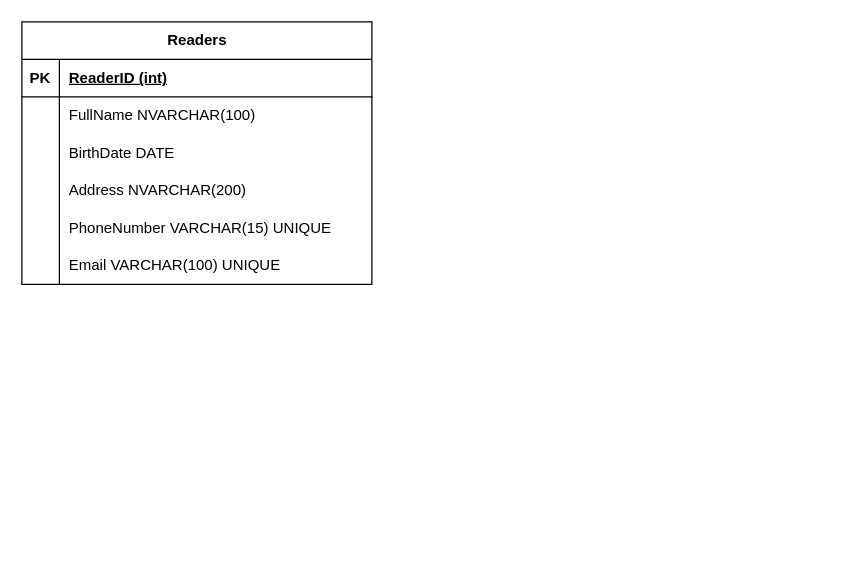
The draw.io diagram Week_01/Database_design.drawio in NgocPhungggg/CUT, before the edit. Source tidied: cells renumbered, new cells numbered last; positions are measured from the earlier drawing's top-left corner, leaving out a move shared by most shapes. Both pictures are drawn from the tidied source at 125%, with x=0, y=0 at pixel (21, 21).
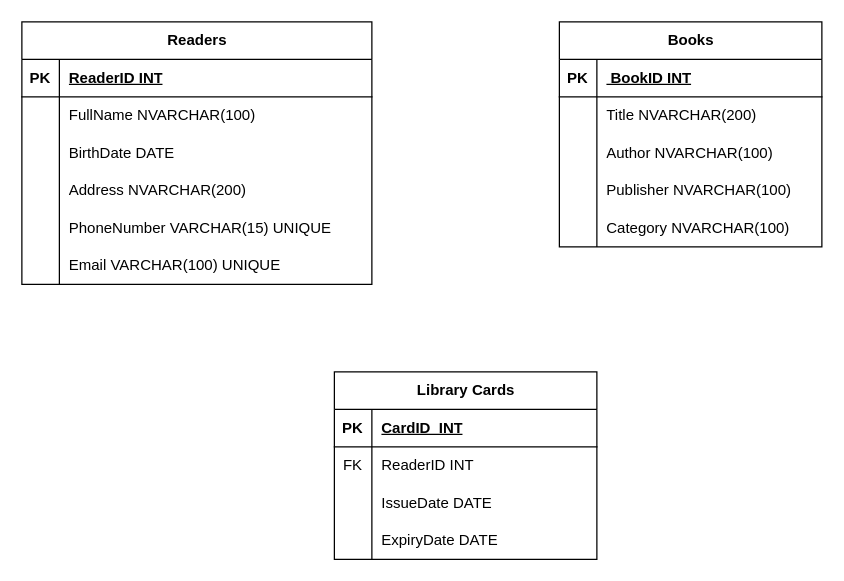
The same page after the edit.

Commit message (it also covers changes not shown here):
Cập nhật Database_design.drawio

The change refers to these unchanged cells:
```xml
<mxCell id="3" style="shape=tableRow;horizontal=0;startSize=0;swimlaneHead=0;swimlaneBody=0;fillColor=none;top=0;left=0;right=0;bottom=1;" parent="2" vertex="1">
  <mxGeometry y="30" width="280" height="30" as="geometry" />
</mxCell>
```

The edit, as a diff of the source:
```diff
@@
-    <mxCell id="5" value="ReaderID (int)" style="shape=partialRectangle;fillColor=none;top=0;left=0;bottom=0;right=0;align=left;spacingLeft=6;fontStyle=5;overflow=hidden;whiteSpace=wrap;html=1;" parent="3" vertex="1">
+    <mxCell id="5" value="ReaderID INT" style="shape=partialRectangle;fillColor=none;top=0;left=0;bottom=0;right=0;align=left;spacingLeft=6;fontStyle=5;overflow=hidden;whiteSpace=wrap;html=1;" parent="3" vertex="1">
       <mxGeometry x="30" width="250" height="30" as="geometry" />
     </mxCell>
@@
+    <mxCell id="21" value="Books" style="shape=table;startSize=30;childLayout=tableLayout;rowLines=0;fontStyle=1;align=center;html=1;" parent="1" vertex="1">
+      <mxGeometry x="430" width="210" height="180" as="geometry" />
+    </mxCell>
+    <mxCell id="22" style="shape=tableRow;horizontal=0;startSize=0;swimlaneHead=0;swimlaneBody=0;fillColor=none;top=0;left=0;right=0;bottom=1;" parent="21" vertex="1">
+      <mxGeometry y="30" width="210" height="30" as="geometry" />
+    </mxCell>
+    <mxCell id="23" value="PK" style="shape=partialRectangle;fillColor=none;top=0;left=0;bottom=0;right=0;fontStyle=1;overflow=hidden;whiteSpace=wrap;html=1;" parent="22" vertex="1">
+      <mxGeometry width="30" height="30" as="geometry" />
+    </mxCell>
+    <mxCell id="24" value="&amp;nbsp;BookID INT" style="shape=partialRectangle;fillColor=none;top=0;left=0;bottom=0;right=0;align=left;spacingLeft=6;fontStyle=5;overflow=hidden;whiteSpace=wrap;html=1;" parent="22" vertex="1">
+      <mxGeometry x="30" width="180" height="30" as="geometry" />
+    </mxCell>
+    <mxCell id="25" style="shape=tableRow;horizontal=0;startSize=0;swimlaneHead=0;swimlaneBody=0;fillColor=none;top=0;left=0;right=0;bottom=0;" parent="21" vertex="1">
+      <mxGeometry y="60" width="210" height="30" as="geometry" />
+    </mxCell>
+    <mxCell id="26" style="shape=partialRectangle;fillColor=none;top=0;left=0;bottom=0;right=0;overflow=hidden;whiteSpace=wrap;html=1;" parent="25" vertex="1">
+      <mxGeometry width="30" height="30" as="geometry" />
+    </mxCell>
+    <mxCell id="27" value="Title NVARCHAR(200)" style="shape=partialRectangle;fillColor=none;top=0;left=0;bottom=0;right=0;align=left;spacingLeft=6;overflow=hidden;whiteSpace=wrap;html=1;" parent="25" vertex="1">
+      <mxGeometry x="30" width="180" height="30" as="geometry" />
+    </mxCell>
+    <mxCell id="28" style="shape=tableRow;horizontal=0;startSize=0;swimlaneHead=0;swimlaneBody=0;fillColor=none;top=0;left=0;right=0;bottom=0;" parent="21" vertex="1">
+      <mxGeometry y="90" width="210" height="30" as="geometry" />
+    </mxCell>
+    <mxCell id="29" style="shape=partialRectangle;fillColor=none;top=0;left=0;bottom=0;right=0;overflow=hidden;whiteSpace=wrap;html=1;" parent="28" vertex="1">
+      <mxGeometry width="30" height="30" as="geometry" />
+    </mxCell>
+    <mxCell id="30" value="Author NVARCHAR(100)" style="shape=partialRectangle;fillColor=none;top=0;left=0;bottom=0;right=0;align=left;spacingLeft=6;overflow=hidden;whiteSpace=wrap;html=1;" parent="28" vertex="1">
+      <mxGeometry x="30" width="180" height="30" as="geometry" />
+    </mxCell>
+    <mxCell id="31" style="shape=tableRow;horizontal=0;startSize=0;swimlaneHead=0;swimlaneBody=0;fillColor=none;top=0;left=0;right=0;bottom=0;" parent="21" vertex="1">
+      <mxGeometry y="120" width="210" height="30" as="geometry" />
+    </mxCell>
+    <mxCell id="32" style="shape=partialRectangle;fillColor=none;top=0;left=0;bottom=0;right=0;overflow=hidden;whiteSpace=wrap;html=1;" parent="31" vertex="1">
+      <mxGeometry width="30" height="30" as="geometry" />
+    </mxCell>
+    <mxCell id="33" value="Publisher NVARCHAR(100)" style="shape=partialRectangle;fillColor=none;top=0;left=0;bottom=0;right=0;align=left;spacingLeft=6;overflow=hidden;whiteSpace=wrap;html=1;" parent="31" vertex="1">
+      <mxGeometry x="30" width="180" height="30" as="geometry" />
+    </mxCell>
+    <mxCell id="34" style="shape=tableRow;horizontal=0;startSize=0;swimlaneHead=0;swimlaneBody=0;fillColor=none;top=0;left=0;right=0;bottom=0;" parent="21" vertex="1">
+      <mxGeometry y="150" width="210" height="30" as="geometry" />
+    </mxCell>
+    <mxCell id="35" style="shape=partialRectangle;fillColor=none;top=0;left=0;bottom=0;right=0;overflow=hidden;whiteSpace=wrap;html=1;" parent="34" vertex="1">
+      <mxGeometry width="30" height="30" as="geometry" />
+    </mxCell>
+    <mxCell id="36" value="Category NVARCHAR(100)" style="shape=partialRectangle;fillColor=none;top=0;left=0;bottom=0;right=0;align=left;spacingLeft=6;overflow=hidden;whiteSpace=wrap;html=1;" parent="34" vertex="1">
+      <mxGeometry x="30" width="180" height="30" as="geometry" />
+    </mxCell>
+    <mxCell id="37" value="Library Cards" style="shape=table;startSize=30;childLayout=tableLayout;rowLines=0;fontStyle=1;align=center;html=1;" parent="1" vertex="1">
+      <mxGeometry x="250" y="280" width="210" height="150" as="geometry" />
+    </mxCell>
+    <mxCell id="38" style="shape=tableRow;horizontal=0;startSize=0;swimlaneHead=0;swimlaneBody=0;fillColor=none;top=0;left=0;right=0;bottom=1;" parent="37" vertex="1">
+      <mxGeometry y="30" width="210" height="30" as="geometry" />
+    </mxCell>
+    <mxCell id="39" value="PK" style="shape=partialRectangle;fillColor=none;top=0;left=0;bottom=0;right=0;fontStyle=1;overflow=hidden;whiteSpace=wrap;html=1;" parent="38" vertex="1">
+      <mxGeometry width="30" height="30" as="geometry" />
+    </mxCell>
+    <mxCell id="40" value="CardID&amp;nbsp; INT" style="shape=partialRectangle;fillColor=none;top=0;left=0;bottom=0;right=0;align=left;spacingLeft=6;fontStyle=5;overflow=hidden;whiteSpace=wrap;html=1;" parent="38" vertex="1">
+      <mxGeometry x="30" width="180" height="30" as="geometry" />
+    </mxCell>
+    <mxCell id="41" style="shape=tableRow;horizontal=0;startSize=0;swimlaneHead=0;swimlaneBody=0;fillColor=none;top=0;left=0;right=0;bottom=0;" parent="37" vertex="1">
+      <mxGeometry y="60" width="210" height="30" as="geometry" />
+    </mxCell>
+    <mxCell id="42" value="FK" style="shape=partialRectangle;fillColor=none;top=0;left=0;bottom=0;right=0;overflow=hidden;whiteSpace=wrap;html=1;" parent="41" vertex="1">
+      <mxGeometry width="30" height="30" as="geometry" />
+    </mxCell>
+    <mxCell id="43" value="ReaderID INT" style="shape=partialRectangle;fillColor=none;top=0;left=0;bottom=0;right=0;align=left;spacingLeft=6;overflow=hidden;whiteSpace=wrap;html=1;" parent="41" vertex="1">
+      <mxGeometry x="30" width="180" height="30" as="geometry" />
+    </mxCell>
+    <mxCell id="44" style="shape=tableRow;horizontal=0;startSize=0;swimlaneHead=0;swimlaneBody=0;fillColor=none;top=0;left=0;right=0;bottom=0;" parent="37" vertex="1">
+      <mxGeometry y="90" width="210" height="30" as="geometry" />
+    </mxCell>
+    <mxCell id="45" style="shape=partialRectangle;fillColor=none;top=0;left=0;bottom=0;right=0;overflow=hidden;whiteSpace=wrap;html=1;" parent="44" vertex="1">
+      <mxGeometry width="30" height="30" as="geometry" />
+    </mxCell>
+    <mxCell id="46" value="IssueDate DATE" style="shape=partialRectangle;fillColor=none;top=0;left=0;bottom=0;right=0;align=left;spacingLeft=6;overflow=hidden;whiteSpace=wrap;html=1;" parent="44" vertex="1">
+      <mxGeometry x="30" width="180" height="30" as="geometry" />
+    </mxCell>
+    <mxCell id="47" style="shape=tableRow;horizontal=0;startSize=0;swimlaneHead=0;swimlaneBody=0;fillColor=none;top=0;left=0;right=0;bottom=0;" parent="37" vertex="1">
+      <mxGeometry y="120" width="210" height="30" as="geometry" />
+    </mxCell>
+    <mxCell id="48" style="shape=partialRectangle;fillColor=none;top=0;left=0;bottom=0;right=0;overflow=hidden;whiteSpace=wrap;html=1;" parent="47" vertex="1">
+      <mxGeometry width="30" height="30" as="geometry" />
+    </mxCell>
+    <mxCell id="49" value="ExpiryDate DATE" style="shape=partialRectangle;fillColor=none;top=0;left=0;bottom=0;right=0;align=left;spacingLeft=6;overflow=hidden;whiteSpace=wrap;html=1;" parent="47" vertex="1">
+      <mxGeometry x="30" width="180" height="30" as="geometry" />
+    </mxCell>
```
